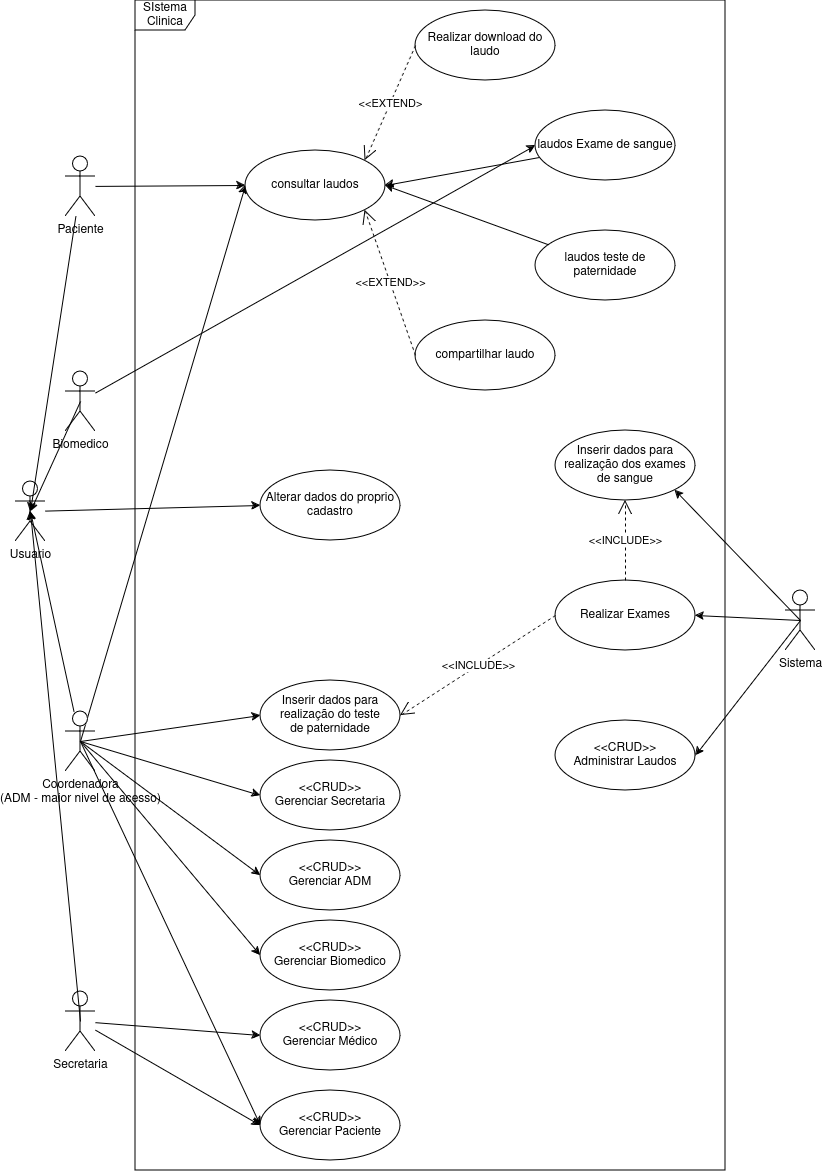
Before: docs/diagramas/caso_de_uso.png, a diagram exported from draw.io (UniFil-NPI/ProjetoAnalisesClinicas). Source tidied: cells renumbered, new cells last; positions are measured from the earlier drawing's top-left corner, leaving out a move shared by most shapes.
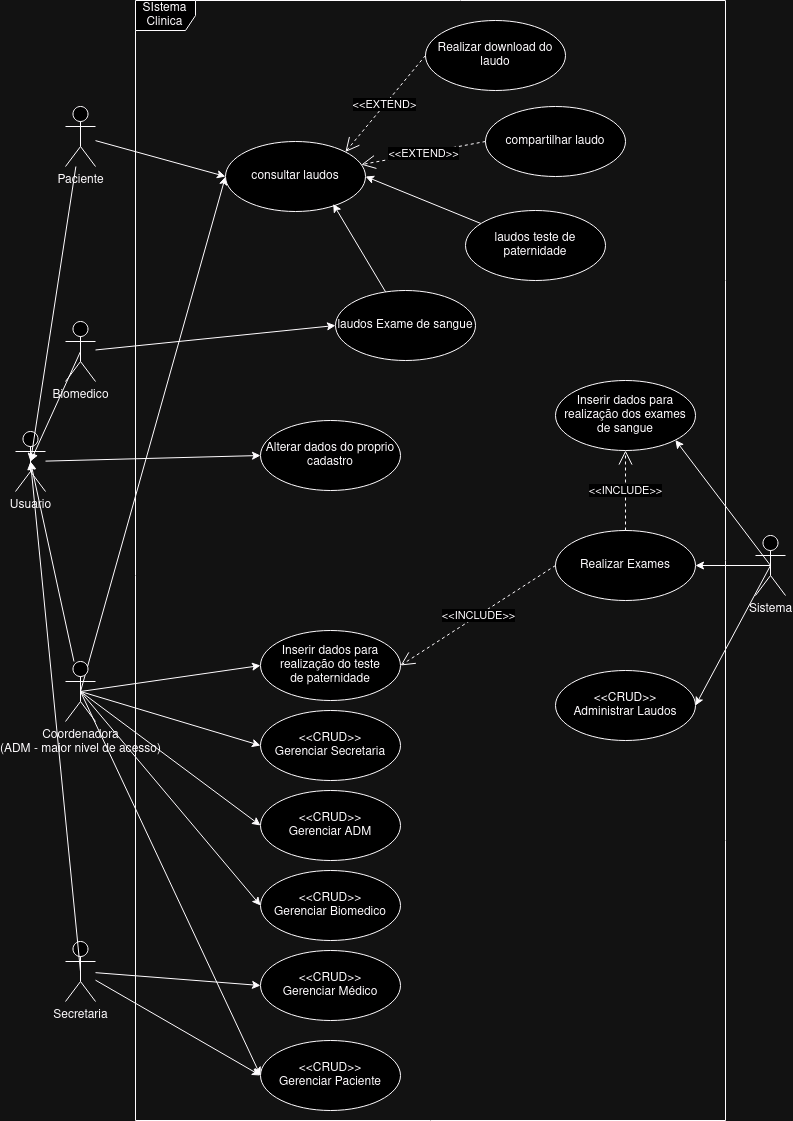
Above is the later version.

Diff of the diagram source:
```diff
@@ -1,4 +1,4 @@
-<mxGraphModel background="#FFFFFF">
+<mxGraphModel>
   <root>
     <mxCell id="0" />
     <mxCell id="1" parent="0" />
@@ -48,13 +48,13 @@
       <mxGeometry x="50" y="371" width="30" height="60" as="geometry" />
     </mxCell>
     <mxCell id="17" value="SIstema Clinica" style="shape=umlFrame;whiteSpace=wrap;html=1;" parent="1" vertex="1">
-      <mxGeometry x="120" width="590" height="1170" as="geometry" />
+      <mxGeometry x="120" y="50" width="590" height="1120" as="geometry" />
     </mxCell>
     <mxCell id="18" value="Alterar dados do proprio cadastro" style="ellipse;whiteSpace=wrap;html=1;" parent="1" vertex="1">
       <mxGeometry x="245" y="470" width="140" height="70" as="geometry" />
     </mxCell>
     <mxCell id="19" value="consultar laudos" style="ellipse;whiteSpace=wrap;html=1;" parent="1" vertex="1">
-      <mxGeometry x="230" y="150" width="140" height="70" as="geometry" />
+      <mxGeometry x="210" y="191" width="140" height="70" as="geometry" />
     </mxCell>
     <mxCell id="20" value="&amp;lt;&amp;lt;CRUD&amp;gt;&amp;gt;&lt;br&gt;Gerenciar Paciente" style="ellipse;whiteSpace=wrap;html=1;" parent="1" vertex="1">
       <mxGeometry x="245" y="1090" width="140" height="70" as="geometry" />
@@ -78,16 +78,16 @@
       <mxGeometry relative="1" as="geometry" />
     </mxCell>
     <mxCell id="27" value="Sistema" style="shape=umlActor;verticalLabelPosition=bottom;verticalAlign=top;html=1;" parent="1" vertex="1">
-      <mxGeometry x="770" y="590" width="30" height="60" as="geometry" />
+      <mxGeometry x="740" y="585" width="30" height="60" as="geometry" />
     </mxCell>
     <mxCell id="28" value="Inserir dados para realização do teste&lt;br&gt;de paternidade" style="ellipse;whiteSpace=wrap;html=1;" parent="1" vertex="1">
       <mxGeometry x="245" y="680" width="140" height="70" as="geometry" />
     </mxCell>
     <mxCell id="29" value="Realizar download do laudo" style="ellipse;whiteSpace=wrap;html=1;" parent="1" vertex="1">
-      <mxGeometry x="400" y="10" width="140" height="70" as="geometry" />
+      <mxGeometry x="410" y="70" width="140" height="70" as="geometry" />
     </mxCell>
     <mxCell id="30" value="compartilhar laudo" style="ellipse;whiteSpace=wrap;html=1;" parent="1" vertex="1">
-      <mxGeometry x="400" y="320" width="140" height="70" as="geometry" />
+      <mxGeometry x="470" y="156" width="140" height="70" as="geometry" />
     </mxCell>
     <mxCell id="31" value="Realizar Exames" style="ellipse;whiteSpace=wrap;html=1;" parent="1" vertex="1">
       <mxGeometry x="540" y="580" width="140" height="70" as="geometry" />
@@ -113,7 +113,7 @@
     <mxCell id="38" value="&amp;lt;&amp;lt;EXTEND&amp;gt;" style="endArrow=open;endSize=12;dashed=1;html=1;rounded=0;exitX=0;exitY=0.5;exitDx=0;exitDy=0;entryX=1;entryY=0;entryDx=0;entryDy=0;" parent="1" edge="1" source="29" target="19">
       <mxGeometry relative="1" as="geometry" />
     </mxCell>
-    <mxCell id="39" value="&amp;lt;&amp;lt;EXTEND&amp;gt;&amp;gt;" style="endArrow=open;endSize=12;dashed=1;html=1;rounded=0;exitX=0;exitY=0.5;exitDx=0;exitDy=0;entryX=1;entryY=1;entryDx=0;entryDy=0;" parent="1" edge="1" source="30" target="19">
+    <mxCell id="39" value="&amp;lt;&amp;lt;EXTEND&amp;gt;&amp;gt;" style="endArrow=open;endSize=12;dashed=1;html=1;rounded=0;exitX=0;exitY=0.5;exitDx=0;exitDy=0;" parent="1" edge="1" source="30" target="19">
       <mxGeometry relative="1" as="geometry" />
     </mxCell>
     <mxCell id="40" value="&amp;lt;&amp;lt;INCLUDE&amp;gt;&amp;gt;" style="endArrow=open;endSize=12;dashed=1;html=1;rounded=0;entryX=1;entryY=0.5;entryDx=0;entryDy=0;exitX=0;exitY=0.5;exitDx=0;exitDy=0;" parent="1" edge="1" source="31" target="28">
@@ -136,17 +136,17 @@
     <mxCell id="45" style="edgeStyle=none;rounded=0;jettySize=auto;html=1;exitX=0.5;exitY=0.5;exitDx=0;exitDy=0;exitPerimeter=0;entryX=0.5;entryY=0.5;entryDx=0;entryDy=0;entryPerimeter=0;" parent="1" edge="1" source="6" target="37">
       <mxGeometry relative="1" as="geometry" />
     </mxCell>
-    <mxCell id="46" style="edgeStyle=none;rounded=0;jettySize=auto;html=1;entryX=1;entryY=0.5;entryDx=0;entryDy=0;" parent="1" edge="1" source="47" target="19">
+    <mxCell id="46" style="edgeStyle=none;rounded=0;jettySize=auto;html=1;entryX=0.769;entryY=0.892;entryDx=0;entryDy=0;entryPerimeter=0;" parent="1" edge="1" source="47" target="19">
       <mxGeometry relative="1" as="geometry" />
     </mxCell>
     <mxCell id="47" value="laudos Exame de sangue" style="ellipse;whiteSpace=wrap;html=1;" parent="1" vertex="1">
-      <mxGeometry x="520" y="110" width="140" height="70" as="geometry" />
+      <mxGeometry x="320" y="340" width="140" height="70" as="geometry" />
     </mxCell>
     <mxCell id="48" style="edgeStyle=none;rounded=0;jettySize=auto;html=1;entryX=1;entryY=0.5;entryDx=0;entryDy=0;" parent="1" edge="1" source="49" target="19">
       <mxGeometry relative="1" as="geometry" />
     </mxCell>
     <mxCell id="49" value="laudos teste de paternidade" style="ellipse;whiteSpace=wrap;html=1;" parent="1" vertex="1">
-      <mxGeometry x="520" y="230" width="140" height="70" as="geometry" />
+      <mxGeometry x="450" y="260" width="140" height="70" as="geometry" />
     </mxCell>
   </root>
 </mxGraphModel>
```
